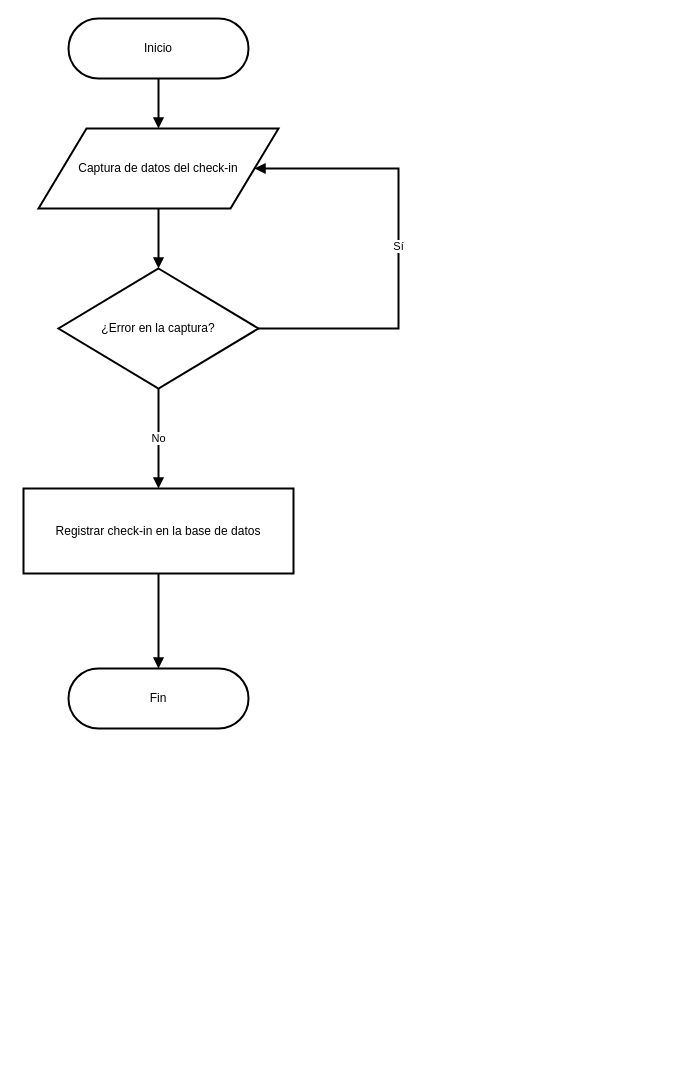
Above: diagramas-editables/02-diagrama-flujo.drawio in Yutre3/diego (draw.io), before the change. Source tidied: cells renumbered, new cells numbered last; positions are measured from the earlier drawing's top-left corner, leaving out a move shared by most shapes. Both pictures are drawn from the tidied source at 100%, with x=0, y=0 at pixel (23, 18).
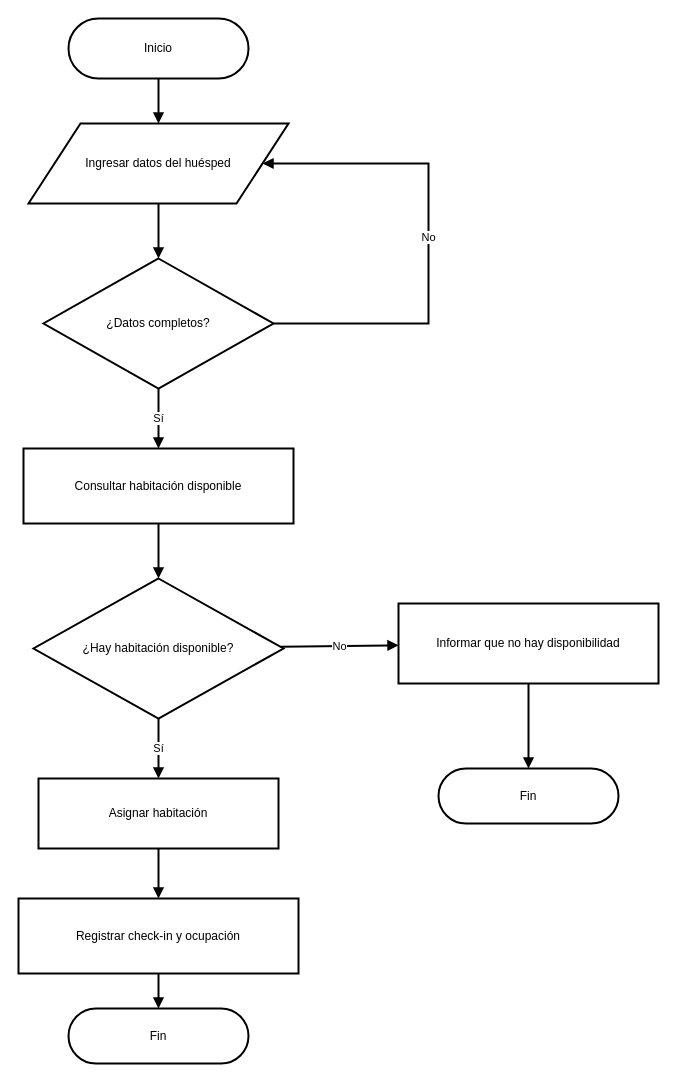
The same page after the edit.

Commit message:
Alinear flujo editable con el diagrama final

Unchanged cells that the change refers to:
```xml
<mxCell id="2" value="Inicio" style="rounded=1;arcSize=50;whiteSpace=wrap;html=1;strokeWidth=2;" parent="1" vertex="1">
  <mxGeometry x="45" width="180" height="60" as="geometry" />
</mxCell>
```

Diff of the diagram source:
```diff
@@
-    <mxCell id="3" value="Captura de datos del check-in" style="shape=parallelogram;perimeter=parallelogramPerimeter;whiteSpace=wrap;html=1;strokeWidth=2;" parent="1" vertex="1">
-      <mxGeometry x="15" y="110" width="240" height="80" as="geometry" />
-    </mxCell>
-    <mxCell id="4" value="¿Error en la captura?" style="rhombus;whiteSpace=wrap;html=1;strokeWidth=2;" parent="1" vertex="1">
-      <mxGeometry x="35" y="250" width="200" height="120" as="geometry" />
-    </mxCell>
-    <mxCell id="5" value="Registrar check-in en la base de datos" style="rounded=0;whiteSpace=wrap;html=1;strokeWidth=2;" parent="1" vertex="1">
-      <mxGeometry y="470" width="270" height="85" as="geometry" />
-    </mxCell>
-    <mxCell id="6" value="Fin" style="rounded=1;arcSize=50;whiteSpace=wrap;html=1;strokeWidth=2;" parent="1" vertex="1">
-      <mxGeometry x="45" y="650" width="180" height="60" as="geometry" />
-    </mxCell>
+    <mxCell id="12" value="Ingresar datos del huésped" style="shape=parallelogram;perimeter=parallelogramPerimeter;whiteSpace=wrap;html=1;strokeWidth=2;" parent="1" vertex="1">
+      <mxGeometry x="5" y="105" width="260" height="80" as="geometry" />
+    </mxCell>
+    <mxCell id="13" value="¿Datos completos?" style="rhombus;whiteSpace=wrap;html=1;strokeWidth=2;" parent="1" vertex="1">
+      <mxGeometry x="20" y="240" width="230" height="130" as="geometry" />
+    </mxCell>
+    <mxCell id="14" value="Consultar habitación disponible" style="rounded=0;whiteSpace=wrap;html=1;strokeWidth=2;" parent="1" vertex="1">
+      <mxGeometry y="430" width="270" height="75" as="geometry" />
+    </mxCell>
+    <mxCell id="15" value="¿Hay habitación disponible?" style="rhombus;whiteSpace=wrap;html=1;strokeWidth=2;" parent="1" vertex="1">
+      <mxGeometry x="10" y="560" width="250" height="140" as="geometry" />
+    </mxCell>
+    <mxCell id="16" value="Asignar habitación" style="rounded=0;whiteSpace=wrap;html=1;strokeWidth=2;" parent="1" vertex="1">
+      <mxGeometry x="15" y="760" width="240" height="70" as="geometry" />
+    </mxCell>
+    <mxCell id="17" value="Registrar check-in y ocupación" style="rounded=0;whiteSpace=wrap;html=1;strokeWidth=2;" parent="1" vertex="1">
+      <mxGeometry x="-5" y="880" width="280" height="75" as="geometry" />
+    </mxCell>
+    <mxCell id="18" value="Fin" style="rounded=1;arcSize=50;whiteSpace=wrap;html=1;strokeWidth=2;" parent="1" vertex="1">
+      <mxGeometry x="45" y="990" width="180" height="55" as="geometry" />
+    </mxCell>
+    <mxCell id="19" value="Informar que no hay disponibilidad" style="rounded=0;whiteSpace=wrap;html=1;strokeWidth=2;" parent="1" vertex="1">
+      <mxGeometry x="375" y="585" width="260" height="80" as="geometry" />
+    </mxCell>
+    <mxCell id="20" value="Fin" style="rounded=1;arcSize=50;whiteSpace=wrap;html=1;strokeWidth=2;" parent="1" vertex="1">
+      <mxGeometry x="415" y="750" width="180" height="55" as="geometry" />
+    </mxCell>
-    <mxCell id="7" style="endArrow=block;html=1;rounded=0;strokeWidth=2;" parent="1" edge="1" source="2" target="3">
+    <mxCell id="7" style="endArrow=block;html=1;strokeWidth=2;" parent="1" edge="1" source="2" target="12">
       <mxGeometry relative="1" as="geometry" />
     </mxCell>
-    <mxCell id="8" style="endArrow=block;html=1;rounded=0;strokeWidth=2;" parent="1" edge="1" source="3" target="4">
+    <mxCell id="8" style="endArrow=block;html=1;strokeWidth=2;" parent="1" edge="1" source="12" target="13">
       <mxGeometry relative="1" as="geometry" />
     </mxCell>
-    <mxCell id="9" value="No" style="endArrow=block;html=1;rounded=0;strokeWidth=2;" parent="1" edge="1" source="4" target="5">
+    <mxCell id="9" value="Sí" style="endArrow=block;html=1;strokeWidth=2;" parent="1" edge="1" source="13" target="14">
       <mxGeometry relative="1" as="geometry" />
     </mxCell>
+    <mxCell id="11" value="No" style="edgeStyle=orthogonalEdgeStyle;rounded=0;html=1;strokeWidth=2;endArrow=block;" parent="1" edge="1" source="13" target="12">
+      <mxGeometry relative="1" as="geometry">
+        <Array as="points">
+          <mxPoint x="405" y="305" />
+          <mxPoint x="405" y="145" />
+        </Array>
+      </mxGeometry>
+    </mxCell>
-    <mxCell id="10" style="endArrow=block;html=1;rounded=0;strokeWidth=2;" parent="1" edge="1" source="5" target="6">
+    <mxCell id="10" style="endArrow=block;html=1;strokeWidth=2;" parent="1" edge="1" source="14" target="15">
       <mxGeometry relative="1" as="geometry" />
     </mxCell>
-    <mxCell id="11" value="Sí" style="edgeStyle=orthogonalEdgeStyle;rounded=0;jettySize=auto;html=1;strokeWidth=2;endArrow=block;" parent="1" edge="1" source="4" target="3">
-      <mxGeometry relative="1" as="geometry">
-        <Array as="points">
-          <mxPoint x="375" y="310" />
-          <mxPoint x="375" y="150" />
-        </Array>
-      </mxGeometry>
-    </mxCell>
+    <mxCell id="21" value="Sí" style="endArrow=block;html=1;strokeWidth=2;" parent="1" edge="1" source="15" target="16">
+      <mxGeometry relative="1" as="geometry" />
+    </mxCell>
+    <mxCell id="22" value="No" style="endArrow=block;html=1;strokeWidth=2;" parent="1" edge="1" source="15" target="19">
+      <mxGeometry relative="1" as="geometry" />
+    </mxCell>
+    <mxCell id="23" style="endArrow=block;html=1;strokeWidth=2;" parent="1" edge="1" source="16" target="17">
+      <mxGeometry relative="1" as="geometry" />
+    </mxCell>
+    <mxCell id="24" style="endArrow=block;html=1;strokeWidth=2;" parent="1" edge="1" source="17" target="18">
+      <mxGeometry relative="1" as="geometry" />
+    </mxCell>
+    <mxCell id="25" style="endArrow=block;html=1;strokeWidth=2;" parent="1" edge="1" source="19" target="20">
+      <mxGeometry relative="1" as="geometry" />
+    </mxCell>
```
